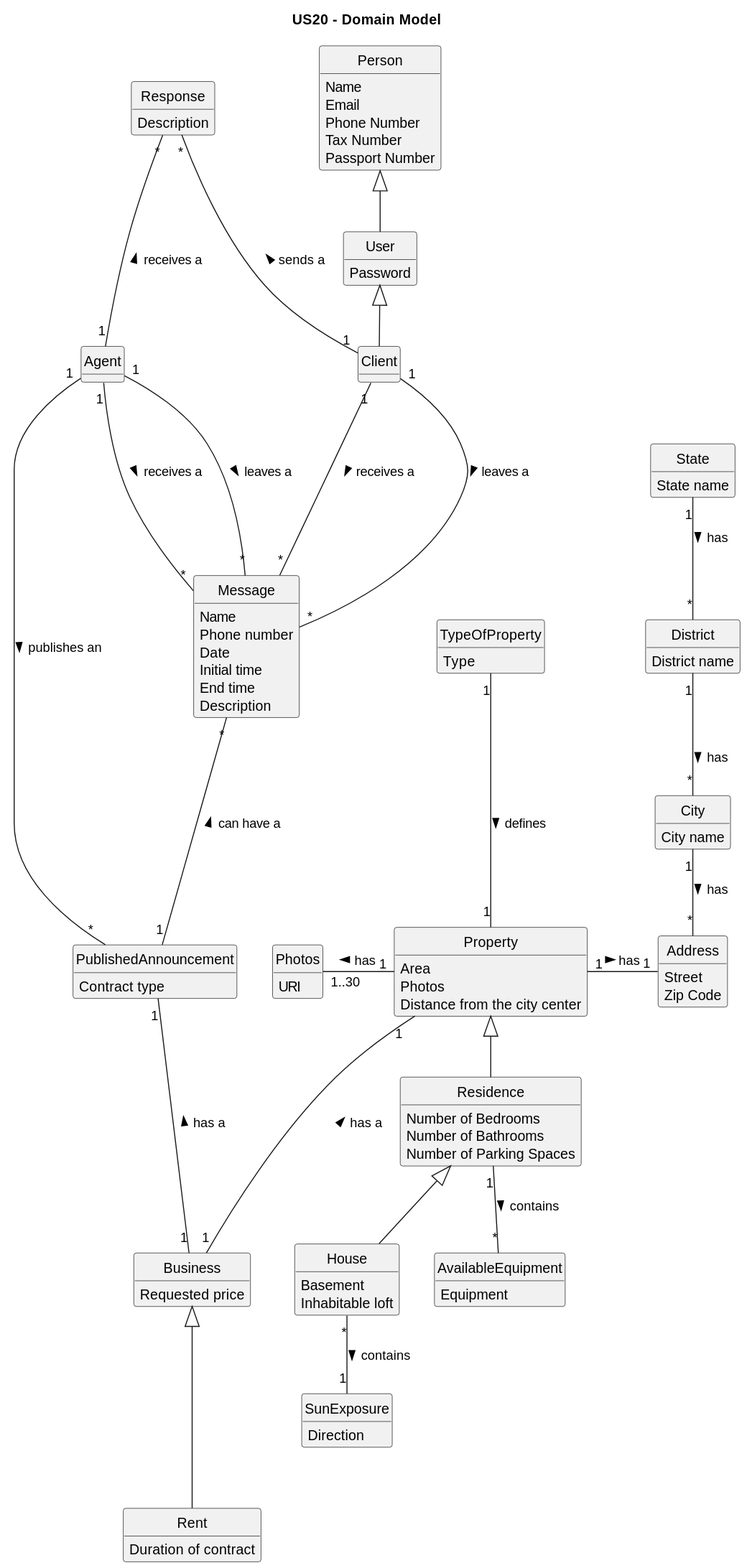
Earlier version of the PlantUML export docs/sprintD/US020/02.analysis/svg/us20-domain-model.svg (PureNimble/ISEP-LAPR2).
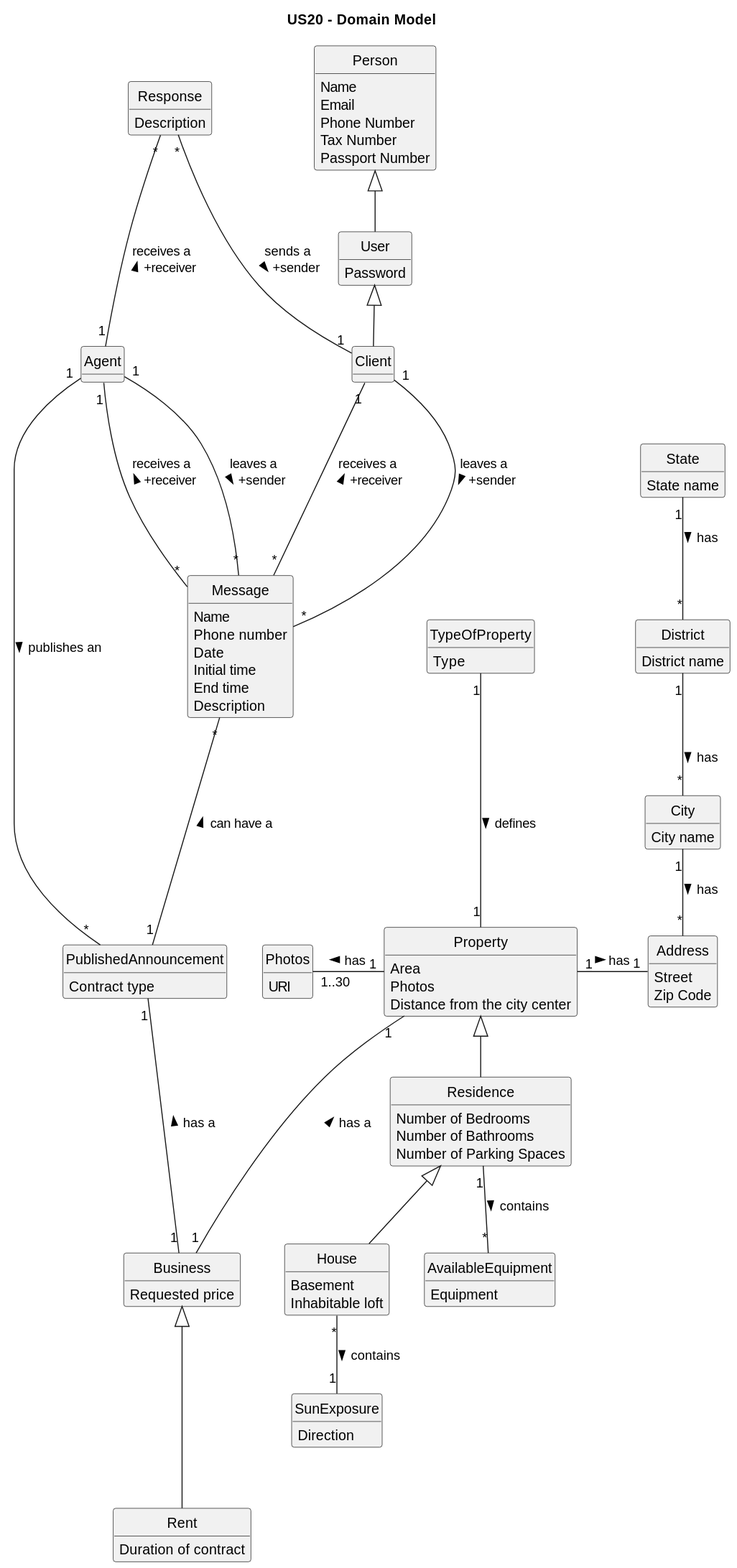
The same diagram one commit later.

What changed in the source:
```diff
@@ -107,10 +107,10 @@
 }
 
 Message "*" --- "1" PublishedAnnouncement: can have a <
-Client "1" --- "*" Message: leaves a >
-Agent "1" --- "*" Message: receives a >
-Agent "1" --- "*" Message: leaves a >
-Client "1" --- "*" Message: receives a >
+Client "1" --- "*" Message: leaves a \n +sender >
+Agent "1" --- "*" Message: receives a \n +receiver <
+Agent "1" --- "*" Message: leaves a \n +sender >
+Client "1" --- "*" Message: receives a \n +receiver <
 Agent "1" --- "*" PublishedAnnouncement: publishes an >
 District "1" -down- "*" City : has >
 State "1" -down- "*" District : has >
@@ -124,8 +124,8 @@
 Address "1" -left- "1" Property: has <
 AvailableEquipment "*" -up- "1" Residence: contains <
 TypeOfProperty "1" -down-- "1" Property: defines >
-Client "1" -up-- "*" Response: sends a >
-Agent "1" -up-- "*" Response: receives a >
+Client  "1" -up-- "*" Response: sends a \n +sender >
+Agent "1" -up-- "*" Response: receives a \n +receiver <
 
 Business <|--- Rent
 Person <|-- User
```
